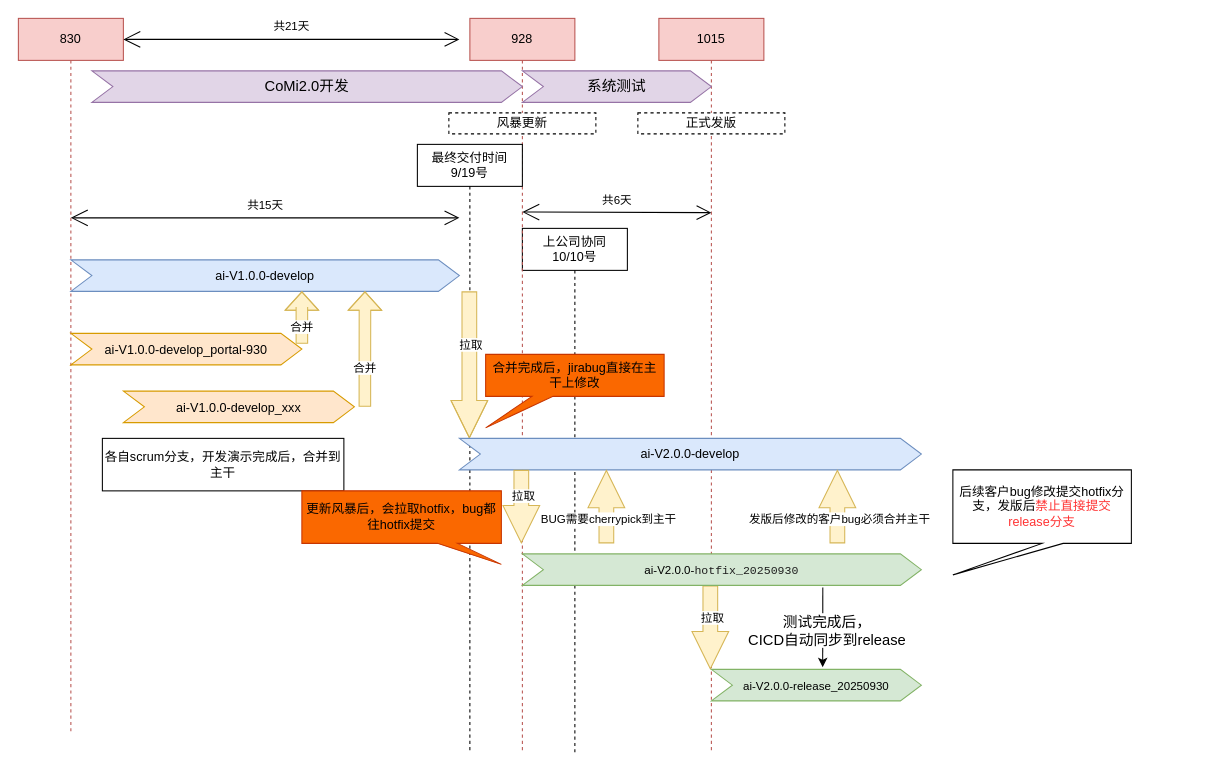
Before: 1015版本管理.drawio in wangweiccmo/drawio, a draw.io diagram. Source tidied: cells renumbered, new cells numbered last; positions are measured from the earlier drawing's top-left corner, leaving out a move shared by most shapes. Both pictures are drawn from the tidied source at 105%, with x=0, y=0 at pixel (18, 18).
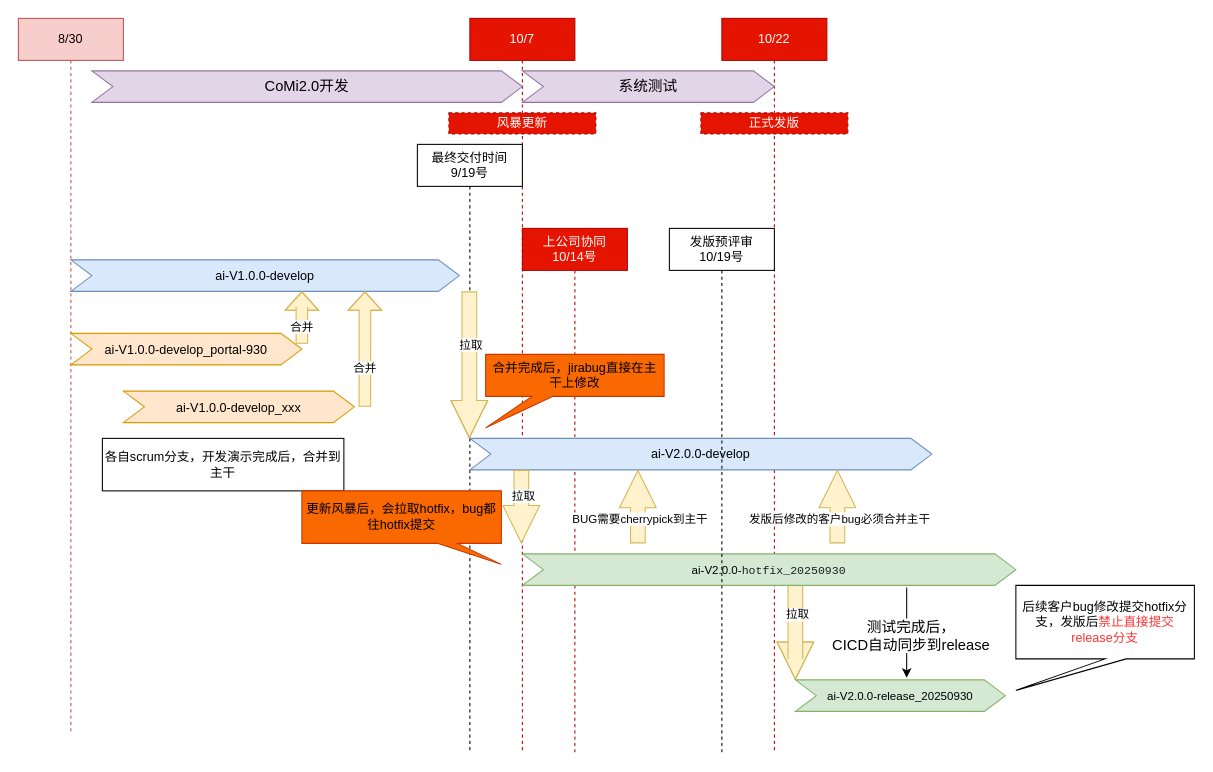
Above is the later version.

Commit message:
更新1015版本管理.drawio

The edit, as a diff of the source:
```diff
@@
-    <mxCell id="2" value="上公司协同&lt;div&gt;10/10号&lt;/div&gt;" style="shape=umlLifeline;perimeter=lifelinePerimeter;whiteSpace=wrap;html=1;newEdgeStyle={&quot;curved&quot;:0,&quot;rounded&quot;:0};" parent="1" vertex="1">
+    <mxCell id="2" value="上公司协同&lt;div&gt;10/14号&lt;/div&gt;" style="shape=umlLifeline;perimeter=lifelinePerimeter;whiteSpace=wrap;html=1;newEdgeStyle={&quot;curved&quot;:0,&quot;rounded&quot;:0};fillColor=#e51400;fontColor=#ffffff;strokeColor=#B20000;" parent="1" vertex="1">
       <mxGeometry x="480" y="200" width="100" height="500" as="geometry" />
     </mxCell>
-    <mxCell id="3" value="830" style="shape=umlLifeline;perimeter=lifelinePerimeter;whiteSpace=wrap;html=1;newEdgeStyle={&quot;curved&quot;:0,&quot;rounded&quot;:0};fillColor=#f8cecc;strokeColor=#b85450;" parent="1" vertex="1">
+    <mxCell id="3" value="8/30" style="shape=umlLifeline;perimeter=lifelinePerimeter;whiteSpace=wrap;html=1;newEdgeStyle={&quot;curved&quot;:0,&quot;rounded&quot;:0};fillColor=#f8cecc;strokeColor=#b85450;" parent="1" vertex="1">
       <mxGeometry width="100" height="680" as="geometry" />
     </mxCell>
-    <mxCell id="4" value="928" style="shape=umlLifeline;perimeter=lifelinePerimeter;whiteSpace=wrap;html=1;newEdgeStyle={&quot;curved&quot;:0,&quot;rounded&quot;:0};fillColor=#f8cecc;strokeColor=#b85450;" parent="1" vertex="1">
+    <mxCell id="4" value="10/7" style="shape=umlLifeline;perimeter=lifelinePerimeter;whiteSpace=wrap;html=1;newEdgeStyle={&quot;curved&quot;:0,&quot;rounded&quot;:0};fillColor=#e51400;strokeColor=#B20000;fontColor=#ffffff;" parent="1" vertex="1">
       <mxGeometry x="430" width="100" height="700" as="geometry" />
     </mxCell>
-    <mxCell id="5" value="1015" style="shape=umlLifeline;perimeter=lifelinePerimeter;whiteSpace=wrap;html=1;outlineConnect=0;portConstraint=eastwest;newEdgeStyle={&quot;curved&quot;:0,&quot;rounded&quot;:0};fillColor=#f8cecc;strokeColor=#b85450;" parent="1" vertex="1">
-      <mxGeometry x="610" width="100" height="700" as="geometry" />
+    <mxCell id="5" value="10/22" style="shape=umlLifeline;perimeter=lifelinePerimeter;whiteSpace=wrap;html=1;outlineConnect=0;portConstraint=eastwest;newEdgeStyle={&quot;curved&quot;:0,&quot;rounded&quot;:0};fillColor=#e51400;strokeColor=#B20000;fontColor=#ffffff;" parent="1" vertex="1">
+      <mxGeometry x="670" width="100" height="700" as="geometry" />
     </mxCell>
@@
-    <mxCell id="8" value="共15天" style="endArrow=open;html=1;endSize=12;startArrow=open;startSize=14;startFill=0;edgeStyle=orthogonalEdgeStyle;align=center;verticalAlign=bottom;endFill=0;rounded=0;" parent="1" edge="1">
-      <mxGeometry y="3" relative="1" as="geometry">
-        <mxPoint x="50" y="190" as="sourcePoint" />
-        <mxPoint x="420" y="190" as="targetPoint" />
-      </mxGeometry>
-    </mxCell>
-    <mxCell id="9" value="共21天" style="endArrow=open;html=1;endSize=12;startArrow=open;startSize=14;startFill=0;edgeStyle=orthogonalEdgeStyle;align=center;verticalAlign=bottom;endFill=0;rounded=0;" parent="1" edge="1">
-      <mxGeometry y="3" relative="1" as="geometry">
-        <mxPoint x="100" y="20" as="sourcePoint" />
-        <mxPoint x="420" y="20" as="targetPoint" />
-        <Array as="points">
-          <mxPoint x="350" y="20" />
-          <mxPoint x="350" y="20" />
-        </Array>
-      </mxGeometry>
-    </mxCell>
-    <mxCell id="10" value="风暴更新" style="fontStyle=0;dashed=1;html=1;whiteSpace=wrap;" parent="1" vertex="1">
+    <mxCell id="10" value="风暴更新" style="fontStyle=0;dashed=1;html=1;whiteSpace=wrap;fillColor=#e51400;fontColor=#ffffff;strokeColor=#B20000;" parent="1" vertex="1">
       <mxGeometry x="410" y="90" width="140" height="20" as="geometry" />
     </mxCell>
-    <mxCell id="11" value="共6天" style="endArrow=open;html=1;endSize=12;startArrow=open;startSize=14;startFill=0;edgeStyle=orthogonalEdgeStyle;align=center;verticalAlign=bottom;endFill=0;rounded=0;" parent="1" edge="1">
-      <mxGeometry y="3" relative="1" as="geometry">
-        <mxPoint x="480" y="184.5" as="sourcePoint" />
-        <mxPoint x="660" y="185" as="targetPoint" />
-        <Array as="points">
-          <mxPoint x="490" y="184.5" />
-          <mxPoint x="490" y="184.5" />
-        </Array>
-      </mxGeometry>
-    </mxCell>
-    <mxCell id="12" value="正式发版" style="fontStyle=0;dashed=1;html=1;whiteSpace=wrap;" parent="1" vertex="1">
-      <mxGeometry x="590" y="90" width="140" height="20" as="geometry" />
+    <mxCell id="12" value="正式发版" style="fontStyle=0;dashed=1;html=1;whiteSpace=wrap;fillColor=#e51400;fontColor=#ffffff;strokeColor=#B20000;" parent="1" vertex="1">
+      <mxGeometry x="650" y="90" width="140" height="20" as="geometry" />
     </mxCell>
@@
     <mxCell id="14" value="后续客户bug修改提交hotfix分支，发版后&lt;font style=&quot;color: rgb(255, 51, 51);&quot;&gt;禁止直接提交release分支&lt;/font&gt;" style="shape=callout;whiteSpace=wrap;html=1;perimeter=calloutPerimeter;position2=0;" parent="1" vertex="1">
-      <mxGeometry x="890" y="430" width="170" height="100" as="geometry" />
+      <mxGeometry x="950" y="540" width="170" height="100" as="geometry" />
     </mxCell>
@@
     <mxCell id="21" value="ai-V2.0.0-develop" style="html=1;shape=mxgraph.infographic.ribbonSimple;notch1=20;notch2=20;align=center;verticalAlign=middle;fontSize=12;fontStyle=0;fillColor=#dae8fc;whiteSpace=wrap;strokeColor=#6c8ebf;" parent="1" vertex="1">
-      <mxGeometry x="420" y="400" width="440" height="30" as="geometry" />
+      <mxGeometry x="430" y="400" width="440" height="30" as="geometry" />
     </mxCell>
-    <mxCell id="22" style="shape=flexArrow;endArrow=classic;html=1;rounded=0;width=14;endSize=11.5;fillColor=#fff2cc;strokeColor=#d6b656;" parent="1" edge="1" target="5">
+    <mxCell id="22" style="shape=flexArrow;endArrow=classic;html=1;rounded=0;width=14;endSize=11.5;fillColor=#fff2cc;strokeColor=#d6b656;entryX=0;entryY=0;entryDx=0;entryDy=0;entryPerimeter=0;" parent="1" edge="1" target="24">
       <mxGeometry relative="1" as="geometry">
-        <mxPoint x="659" y="540" as="sourcePoint" />
+        <mxPoint x="740" y="530" as="sourcePoint" />
         <Array as="points">
-          <mxPoint x="659" y="620" />
+          <mxPoint x="740" y="610" />
         </Array>
       </mxGeometry>
     </mxCell>
@@
     <mxCell id="24" value="&lt;span style=&quot;font-size: 11px;&quot;&gt;ai-V2.0.0-release_20250930&lt;/span&gt;" style="html=1;shape=mxgraph.infographic.ribbonSimple;notch1=20;notch2=20;align=center;verticalAlign=middle;fontSize=14;fontStyle=0;fillColor=#d5e8d4;whiteSpace=wrap;strokeColor=#82b366;" parent="1" vertex="1">
-      <mxGeometry x="660" y="620" width="200" height="30" as="geometry" />
+      <mxGeometry x="740" y="630" width="200" height="30" as="geometry" />
     </mxCell>
     <mxCell id="25" value="&lt;span style=&quot;color: rgb(31, 31, 31); font-family: consolas, &amp;quot;lucida console&amp;quot;, &amp;quot;courier new&amp;quot;, monospace; text-align: left; white-space-collapse: preserve;&quot;&gt;&lt;font style=&quot;font-size: 11px;&quot;&gt;&lt;span style=&quot;color: rgb(0, 0, 0); font-family: Helvetica; text-align: center; white-space-collapse: collapse;&quot;&gt;ai-V2.0.0&lt;/span&gt;&lt;span style=&quot;color: rgb(0, 0, 0); font-family: Helvetica; text-align: center; white-space-collapse: collapse;&quot;&gt;-&lt;/span&gt;hotfix_20250930&lt;/font&gt;&lt;/span&gt;" style="html=1;shape=mxgraph.infographic.ribbonSimple;notch1=20;notch2=20;align=center;verticalAlign=middle;fontSize=14;fontStyle=0;fillColor=#d5e8d4;whiteSpace=wrap;strokeColor=#82b366;" parent="1" vertex="1">
-      <mxGeometry x="480" y="510" width="380" height="30" as="geometry" />
+      <mxGeometry x="480" y="510" width="470" height="30" as="geometry" />
     </mxCell>
-    <mxCell id="26" style="endArrow=classic;html=1;rounded=0;exitX=0.753;exitY=1.067;exitDx=0;exitDy=0;exitPerimeter=0;entryX=0.53;entryY=-0.067;entryDx=0;entryDy=0;entryPerimeter=0;" parent="1" edge="1" source="25" target="24">
-      <mxGeometry relative="1" as="geometry" />
+    <mxCell id="26" style="endArrow=classic;html=1;rounded=0;entryX=0.53;entryY=-0.067;entryDx=0;entryDy=0;entryPerimeter=0;" parent="1" edge="1" target="24">
+      <mxGeometry relative="1" as="geometry">
+        <mxPoint x="846" y="542" as="sourcePoint" />
+      </mxGeometry>
     </mxCell>
@@
     <mxCell id="29" value="系统测试" style="html=1;shape=mxgraph.infographic.ribbonSimple;notch1=20;notch2=20;align=center;verticalAlign=middle;fontSize=14;fontStyle=0;fillColor=#e1d5e7;whiteSpace=wrap;strokeColor=#9673a6;" parent="1" vertex="1">
-      <mxGeometry x="480" y="50" width="180" height="30" as="geometry" />
+      <mxGeometry x="480" y="50" width="240" height="30" as="geometry" />
     </mxCell>
@@
     <mxCell id="34" style="shape=flexArrow;endArrow=classic;html=1;rounded=0;width=14;endSize=11.5;fillColor=#fff2cc;strokeColor=#d6b656;" parent="1" edge="1">
       <mxGeometry relative="1" as="geometry">
-        <mxPoint x="560" y="500" as="sourcePoint" />
-        <mxPoint x="560" y="430" as="targetPoint" />
+        <mxPoint x="590" y="500" as="sourcePoint" />
+        <mxPoint x="590" y="430" as="targetPoint" />
         <Array as="points">
-          <mxPoint x="560" y="430" />
+          <mxPoint x="590" y="430" />
         </Array>
       </mxGeometry>
     </mxCell>
@@
+    <mxCell id="40" value="发版预评审&lt;div&gt;10/19号&lt;/div&gt;" style="shape=umlLifeline;perimeter=lifelinePerimeter;whiteSpace=wrap;html=1;newEdgeStyle={&quot;curved&quot;:0,&quot;rounded&quot;:0};" parent="1" vertex="1">
+      <mxGeometry x="620" y="200" width="100" height="500" as="geometry" />
+    </mxCell>
```
